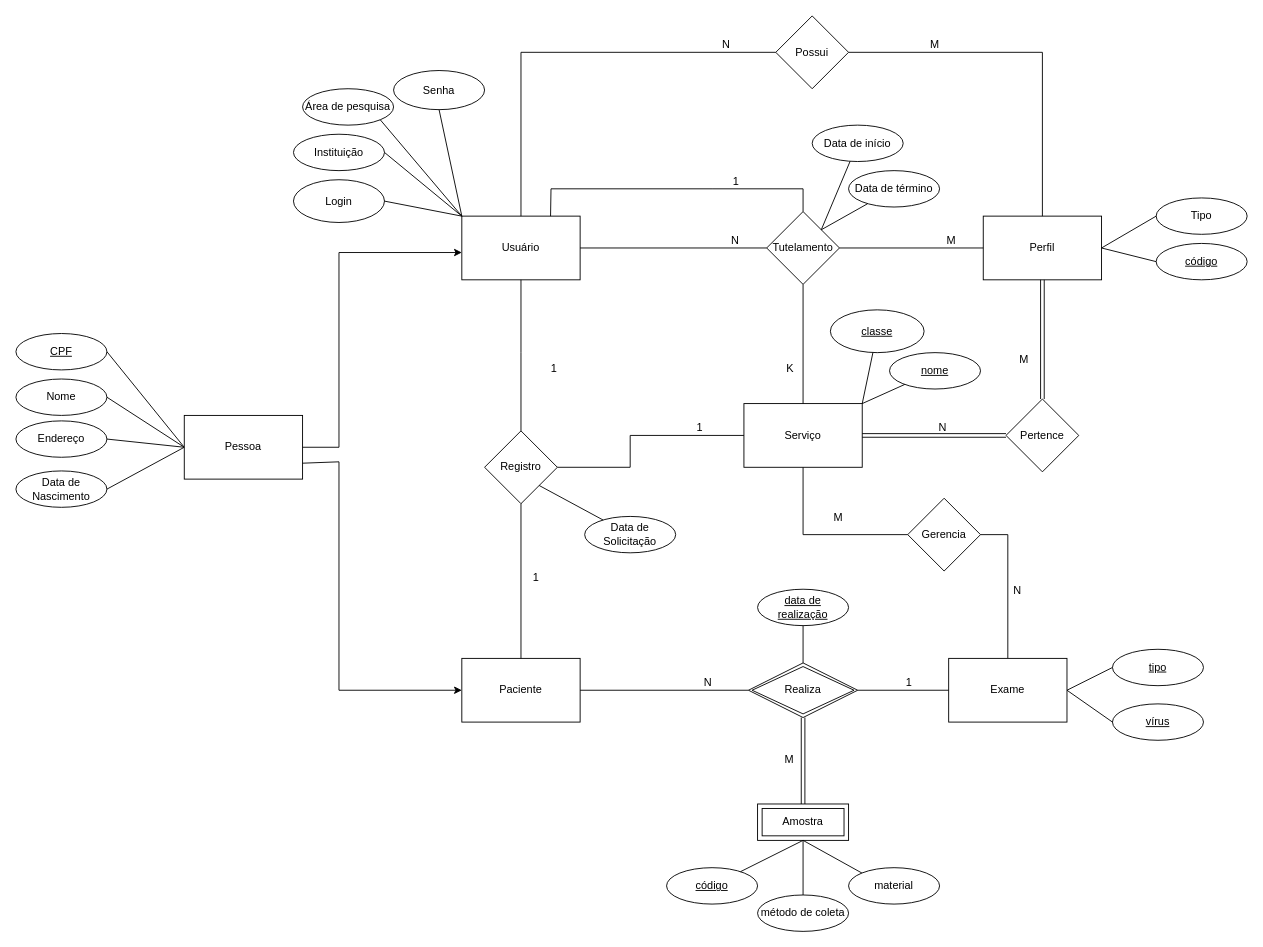
The draw.io diagram page "Conceitual" (2 of 2) of 3_Parte/Conceitual-Lógico Etapa 3.drawio in Caiofcas/mac350, before the edit. Source tidied: cells renumbered, new cells numbered last; positions are measured from the earlier drawing's top-left corner, leaving out a move shared by most shapes. Both pictures are drawn from the tidied source at 91%, with x=0, y=0 at pixel (15, 15).
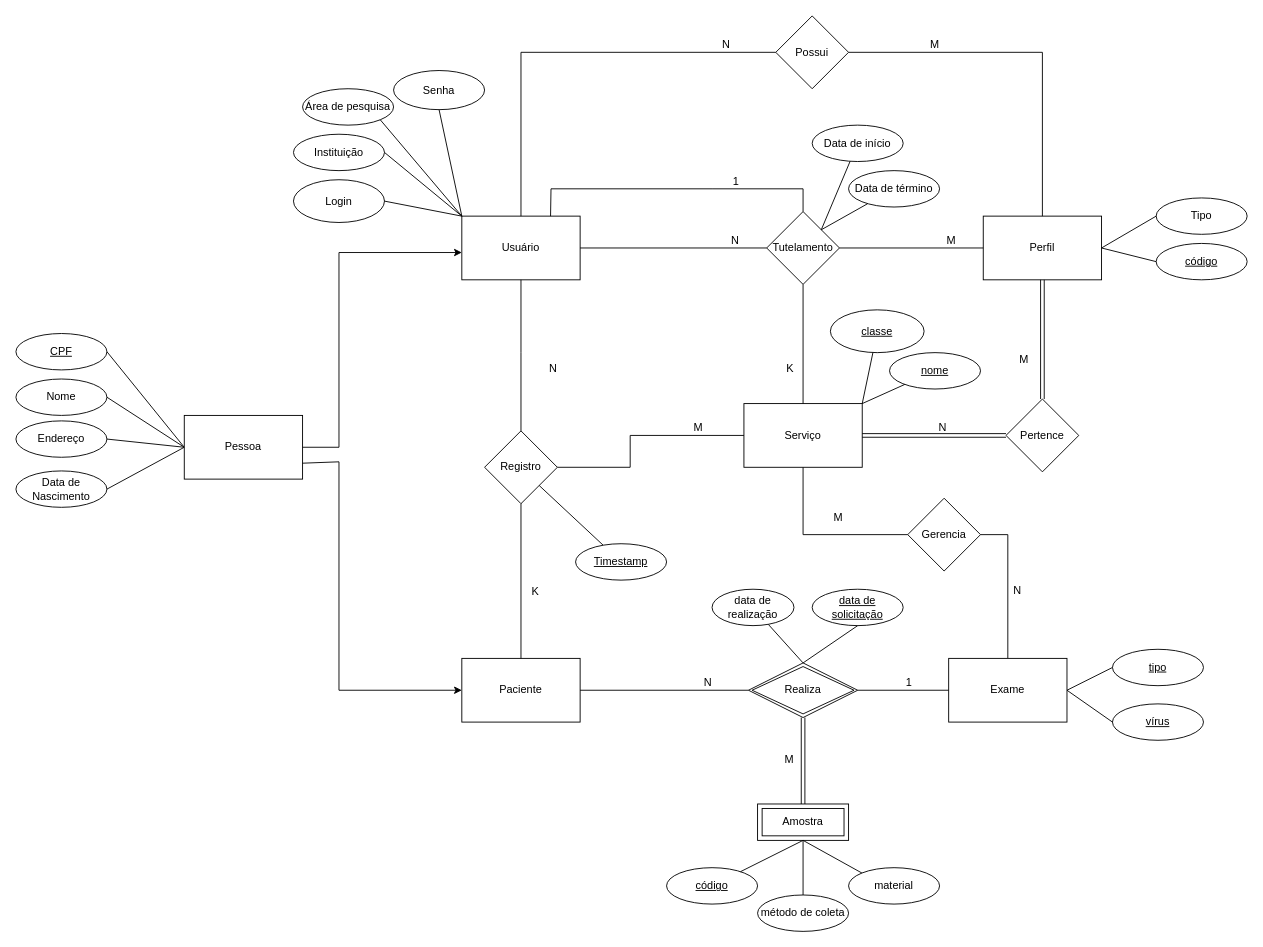
The same diagram, later.

The change refers to these unchanged cells:
```xml
<mxCell id="61" value="Realiza" style="shape=rhombus;double=1;perimeter=rhombusPerimeter;whiteSpace=wrap;html=1;align=center;" parent="1" vertex="1">
  <mxGeometry x="805" y="711" width="120" height="60" as="geometry" />
</mxCell>
<mxCell id="79" style="endArrow=none;html=1;rounded=0;entryX=0;entryY=0.5;entryDx=0;entryDy=0;exitX=1;exitY=0.5;exitDx=0;exitDy=0;" parent="1" edge="1" source="78" target="39">
  <mxGeometry relative="1" as="geometry">
    <Array as="points">
      <mxPoint x="675" y="496" />
      <mxPoint x="675" y="461" />
    </Array>
  </mxGeometry>
</mxCell>
<mxCell id="81" style="endArrow=none;html=1;rounded=0;entryX=0.5;entryY=0;entryDx=0;entryDy=0;exitX=0.5;exitY=1;exitDx=0;exitDy=0;" parent="1" edge="1" source="2" target="78">
  <mxGeometry relative="1" as="geometry">
    <Array as="points">
      <mxPoint x="555" y="370" />
    </Array>
  </mxGeometry>
</mxCell>
<mxCell id="86" style="endArrow=none;html=1;rounded=0;entryX=0.5;entryY=1;entryDx=0;entryDy=0;exitX=0.5;exitY=0;exitDx=0;exitDy=0;" parent="1" edge="1" source="52" target="78">
  <mxGeometry relative="1" as="geometry" />
</mxCell>
```

Diff of the diagram source:
```diff
@@
-    <mxCell id="68" value="data de realização" style="ellipse;whiteSpace=wrap;html=1;align=center;fontStyle=4;" parent="1" vertex="1">
-      <mxGeometry x="815" y="630" width="100" height="40" as="geometry" />
+    <mxCell id="68" value="data de realização" style="ellipse;whiteSpace=wrap;html=1;align=center;fontStyle=0;" parent="1" vertex="1">
+      <mxGeometry x="765" y="630" width="90" height="40" as="geometry" />
     </mxCell>
@@
-    <mxCell id="80" value="1" style="html=1;align=right;verticalAlign=bottom;" parent="79" vertex="1">
+    <mxCell id="80" value="M" style="html=1;align=right;verticalAlign=bottom;" parent="79" vertex="1">
       <mxGeometry x="1" relative="1" as="geometry">
         <mxPoint x="-45" as="offset" />
       </mxGeometry>
     </mxCell>
@@
-    <mxCell id="82" value="1" style="html=1;align=right;verticalAlign=bottom;" parent="81" vertex="1">
+    <mxCell id="82" value="N" style="html=1;align=right;verticalAlign=bottom;" parent="81" vertex="1">
       <mxGeometry x="1" relative="1" as="geometry">
         <mxPoint x="40" y="-60" as="offset" />
       </mxGeometry>
     </mxCell>
-    <mxCell id="83" value="Data de Solicitação" style="ellipse;whiteSpace=wrap;html=1;align=center;" parent="1" vertex="1">
-      <mxGeometry x="625" y="550" width="100" height="40" as="geometry" />
+    <mxCell id="83" value="Timestamp" style="ellipse;whiteSpace=wrap;html=1;align=center;fontStyle=4;" parent="1" vertex="1">
+      <mxGeometry x="615" y="580" width="100" height="40" as="geometry" />
     </mxCell>
@@
-    <mxCell id="87" value="&lt;div&gt;1&lt;/div&gt;&lt;div&gt;&lt;br&gt;&lt;/div&gt;" style="html=1;align=right;verticalAlign=bottom;" parent="86" vertex="1">
+    <mxCell id="87" value="&lt;div&gt;K&lt;/div&gt;" style="html=1;align=right;verticalAlign=bottom;" parent="86" vertex="1">
       <mxGeometry x="1" relative="1" as="geometry">
         <mxPoint x="20" y="104.6" as="offset" />
       </mxGeometry>
     </mxCell>
@@
+    <mxCell id="91" value="data de solicitação" style="ellipse;whiteSpace=wrap;html=1;align=center;fontStyle=4;" parent="1" vertex="1">
+      <mxGeometry x="875" y="630" width="100" height="40" as="geometry" />
+    </mxCell>
+    <mxCell id="92" style="endArrow=none;html=1;entryX=0.5;entryY=0;entryDx=0;entryDy=0;exitX=0.5;exitY=1;exitDx=0;exitDy=0;" parent="1" edge="1" source="91" target="61">
+      <mxGeometry relative="1" as="geometry" />
+    </mxCell>
```
